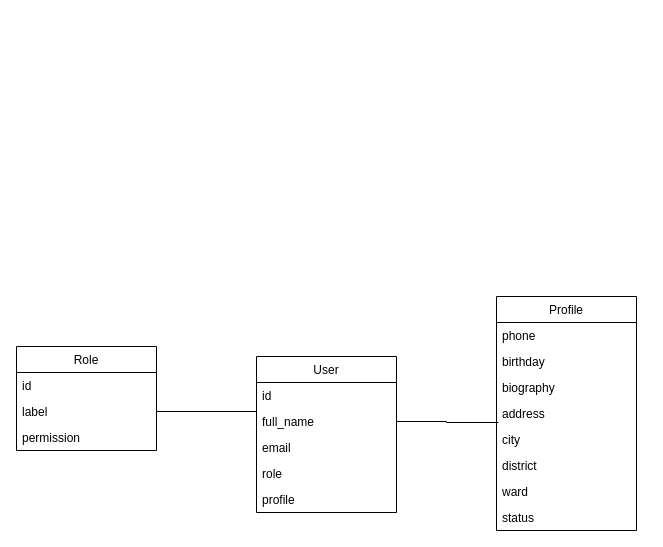
Before: lms.drawio in thanhlongtld/classical_software_engineering, a draw.io diagram. Source tidied: cells renumbered, new cells numbered last; positions are measured from the earlier drawing's top-left corner, leaving out a move shared by most shapes. Both pictures are drawn from the tidied source at 100%, with x=0, y=0 at pixel (16, 296).
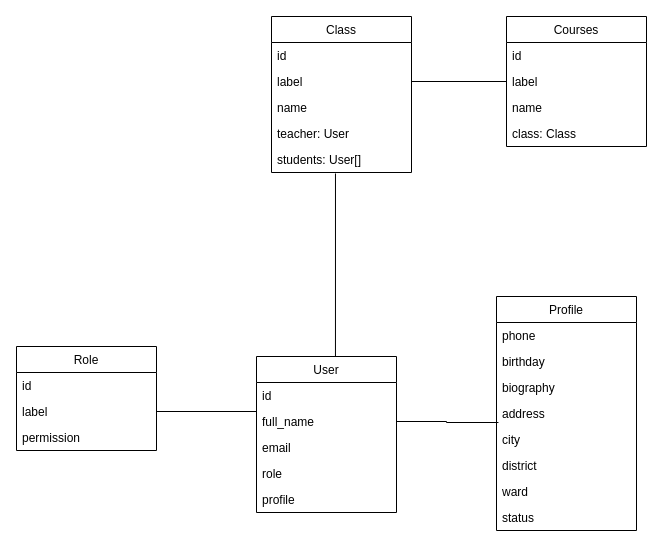
Above is the later version.

Unchanged cells that the change refers to:
```xml
<mxCell id="2" value="User" style="swimlane;fontStyle=0;horizontal=1;startSize=26;fillColor=none;" parent="1" vertex="1">
  <mxGeometry x="240" y="60" width="140" height="156" as="geometry" />
</mxCell>
```

The edit, as a diff of the source:
```diff
@@
+    <mxCell id="23" value="Class" style="swimlane;fontStyle=0;horizontal=1;startSize=26;" parent="1" vertex="1">
+      <mxGeometry x="255" y="-280" width="140" height="156" as="geometry" />
+    </mxCell>
+    <mxCell id="24" value="id" style="text;strokeColor=none;fillColor=none;align=left;verticalAlign=top;spacingLeft=4;spacingRight=4;overflow=hidden;" parent="23" vertex="1">
+      <mxGeometry y="26" width="140" height="26" as="geometry" />
+    </mxCell>
+    <mxCell id="25" value="label" style="text;strokeColor=none;fillColor=none;align=left;verticalAlign=top;spacingLeft=4;spacingRight=4;overflow=hidden;points=[[0,0.5],[1,0.5]];portConstraint=eastwest;" parent="23" vertex="1">
+      <mxGeometry y="52" width="140" height="26" as="geometry" />
+    </mxCell>
+    <mxCell id="26" value="name" style="text;strokeColor=none;fillColor=none;align=left;verticalAlign=top;spacingLeft=4;spacingRight=4;overflow=hidden;" parent="23" vertex="1">
+      <mxGeometry y="78" width="140" height="26" as="geometry" />
+    </mxCell>
+    <mxCell id="27" value="teacher: User" style="text;strokeColor=none;fillColor=none;align=left;verticalAlign=top;spacingLeft=4;spacingRight=4;overflow=hidden;" parent="23" vertex="1">
+      <mxGeometry y="104" width="140" height="26" as="geometry" />
+    </mxCell>
+    <mxCell id="28" value="students: User[]" style="text;strokeColor=none;fillColor=none;align=left;verticalAlign=top;spacingLeft=4;spacingRight=4;overflow=hidden;points=[[0,0.5],[1,0.5]];portConstraint=eastwest;" parent="23" vertex="1">
+      <mxGeometry y="130" width="140" height="26" as="geometry" />
+    </mxCell>
+    <mxCell id="29" style="endArrow=none;html=1;entryX=0.457;entryY=1.038;entryDx=0;entryDy=0;entryPerimeter=0;exitX=0.564;exitY=0;exitDx=0;exitDy=0;exitPerimeter=0;" parent="1" edge="1" source="2" target="28">
+      <mxGeometry relative="1" as="geometry" />
+    </mxCell>
+    <mxCell id="30" value="Courses" style="swimlane;fontStyle=0;horizontal=1;startSize=26;" parent="1" vertex="1">
+      <mxGeometry x="490" y="-280" width="140" height="130" as="geometry" />
+    </mxCell>
+    <mxCell id="31" value="id" style="text;strokeColor=none;fillColor=none;align=left;verticalAlign=top;spacingLeft=4;spacingRight=4;overflow=hidden;" parent="30" vertex="1">
+      <mxGeometry y="26" width="140" height="26" as="geometry" />
+    </mxCell>
+    <mxCell id="32" value="label" style="text;strokeColor=none;fillColor=none;align=left;verticalAlign=top;spacingLeft=4;spacingRight=4;overflow=hidden;points=[[0,0.5],[1,0.5]];portConstraint=eastwest;" parent="30" vertex="1">
+      <mxGeometry y="52" width="140" height="26" as="geometry" />
+    </mxCell>
+    <mxCell id="33" value="name" style="text;strokeColor=none;fillColor=none;align=left;verticalAlign=top;spacingLeft=4;spacingRight=4;overflow=hidden;" parent="30" vertex="1">
+      <mxGeometry y="78" width="140" height="26" as="geometry" />
+    </mxCell>
+    <mxCell id="34" value="class: Class" style="text;strokeColor=none;fillColor=none;align=left;verticalAlign=top;spacingLeft=4;spacingRight=4;overflow=hidden;" parent="30" vertex="1">
+      <mxGeometry y="104" width="140" height="26" as="geometry" />
+    </mxCell>
+    <mxCell id="35" style="edgeStyle=orthogonalEdgeStyle;rounded=0;jettySize=auto;html=1;entryX=0;entryY=0.5;entryDx=0;entryDy=0;endArrow=none;endFill=0;" parent="1" edge="1" source="25" target="32">
+      <mxGeometry relative="1" as="geometry" />
+    </mxCell>
```
